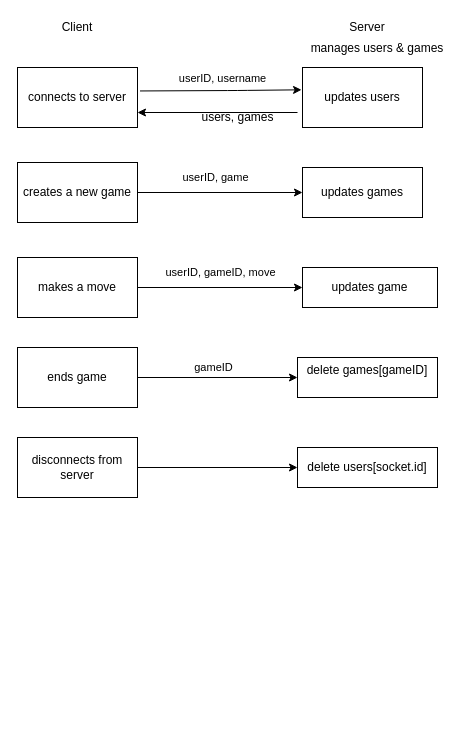
Earlier version of the draw.io diagram docs/img/chess_diagram.drawio (eliasker/chess). Source tidied: cells renumbered, new cells numbered last; positions are measured from the earlier drawing's top-left corner, leaving out a move shared by most shapes. Both pictures are drawn from the tidied source at 100%, with x=0, y=0 at pixel (17, 17).
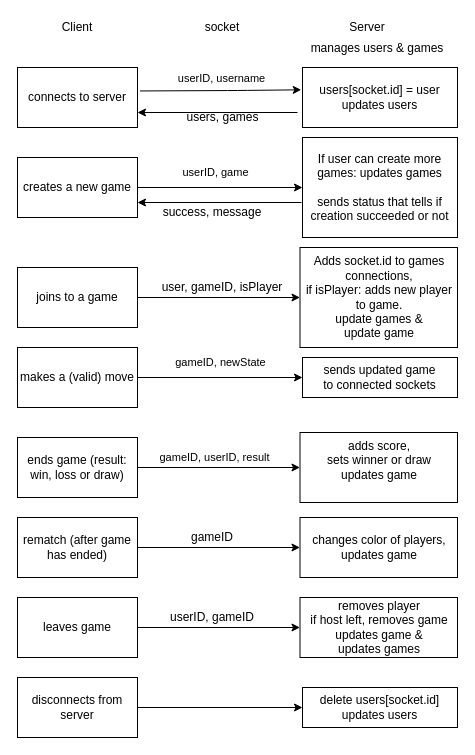
Above is the later version.

Diff of the diagram source:
```diff
@@
-    <mxCell id="3" value="updates users" style="rounded=0;whiteSpace=wrap;html=1;" parent="1" vertex="1">
-      <mxGeometry x="285" y="50" width="120" height="60" as="geometry" />
+    <mxCell id="3" value="&lt;div&gt;users[socket.id] = user&lt;br&gt;&lt;/div&gt;&lt;div&gt;updates users&lt;/div&gt;" style="rounded=0;whiteSpace=wrap;html=1;" parent="1" vertex="1">
+      <mxGeometry x="285" y="50" width="155" height="60" as="geometry" />
     </mxCell>
@@
     <mxCell id="6" value="creates a new game" style="rounded=0;whiteSpace=wrap;html=1;" parent="1" vertex="1">
-      <mxGeometry y="145" width="120" height="60" as="geometry" />
+      <mxGeometry y="140" width="120" height="60" as="geometry" />
     </mxCell>
@@
-    <mxCell id="8" value="updates games" style="rounded=0;html=1;whiteSpace=wrap;" parent="1" vertex="1">
-      <mxGeometry x="285" y="150" width="120" height="50" as="geometry" />
+    <mxCell id="8" value="&lt;div&gt;If user can create more games: updates games&lt;br&gt;&lt;br&gt;&lt;/div&gt;&lt;div&gt;sends status that tells if creation succeeded or not&lt;br&gt;&lt;/div&gt;" style="rounded=0;html=1;whiteSpace=wrap;" parent="1" vertex="1">
+      <mxGeometry x="285" y="120" width="155" height="100" as="geometry" />
     </mxCell>
-    <mxCell id="9" value="userID, gameID, move" style="edgeStyle=orthogonalEdgeStyle;rounded=0;jettySize=auto;html=1;" parent="1" edge="1" source="10" target="11">
+    <mxCell id="9" value="gameID, newState" style="edgeStyle=orthogonalEdgeStyle;rounded=0;jettySize=auto;html=1;" parent="1" edge="1" source="10" target="11">
       <mxGeometry y="15" relative="1" as="geometry" />
     </mxCell>
-    <mxCell id="10" value="makes a move" style="rounded=0;whiteSpace=wrap;html=1;" parent="1" vertex="1">
-      <mxGeometry y="240" width="120" height="60" as="geometry" />
+    <mxCell id="10" value="makes a (valid) move&lt;br&gt;" style="rounded=0;whiteSpace=wrap;html=1;" parent="1" vertex="1">
+      <mxGeometry y="330" width="120" height="60" as="geometry" />
     </mxCell>
-    <mxCell id="11" value="updates game" style="rounded=0;whiteSpace=wrap;html=1;" parent="1" vertex="1">
-      <mxGeometry x="285" y="250" width="135" height="40" as="geometry" />
+    <mxCell id="11" value="&lt;div&gt;sends updated game&lt;/div&gt;&lt;div&gt;to connected sockets&lt;br&gt;&lt;/div&gt;" style="rounded=0;whiteSpace=wrap;html=1;" parent="1" vertex="1">
+      <mxGeometry x="285" y="340" width="155" height="40" as="geometry" />
     </mxCell>
-    <mxCell id="12" value="gameID" style="edgeStyle=orthogonalEdgeStyle;rounded=0;jettySize=auto;html=1;" parent="1" edge="1" source="13" target="14">
+    <mxCell id="12" value="gameID, userID, result" style="edgeStyle=orthogonalEdgeStyle;rounded=0;jettySize=auto;html=1;" parent="1" edge="1" source="13" target="14">
       <mxGeometry x="-0.05" y="10" relative="1" as="geometry" />
     </mxCell>
-    <mxCell id="13" value="ends game" style="rounded=0;whiteSpace=wrap;html=1;" parent="1" vertex="1">
-      <mxGeometry y="330" width="120" height="60" as="geometry" />
+    <mxCell id="13" value="ends game (result: win, loss or draw)" style="rounded=0;whiteSpace=wrap;html=1;" parent="1" vertex="1">
+      <mxGeometry y="420" width="120" height="60" as="geometry" />
     </mxCell>
-    <mxCell id="14" value="&lt;div&gt;delete games[gameID]&lt;br&gt;&lt;/div&gt;&lt;div&gt;&lt;br&gt;&lt;/div&gt;" style="rounded=0;whiteSpace=wrap;html=1;" parent="1" vertex="1">
-      <mxGeometry x="280" y="340" width="140" height="40" as="geometry" />
+    <mxCell id="14" value="&lt;div&gt;adds score,&lt;/div&gt;&lt;div&gt;sets winner or draw&lt;br&gt;&lt;/div&gt;&lt;div&gt;updates game&lt;br&gt;&lt;/div&gt;&lt;div&gt;&lt;br&gt;&lt;/div&gt;" style="rounded=0;whiteSpace=wrap;html=1;" parent="1" vertex="1">
+      <mxGeometry x="282.5" y="415" width="157.5" height="70" as="geometry" />
     </mxCell>
@@
     <mxCell id="16" value="disconnects from server" style="rounded=0;whiteSpace=wrap;html=1;" parent="1" vertex="1">
-      <mxGeometry y="420" width="120" height="60" as="geometry" />
+      <mxGeometry y="660" width="120" height="60" as="geometry" />
     </mxCell>
-    <mxCell id="17" value="&lt;div&gt;delete users[socket.id]&lt;/div&gt;" style="whiteSpace=wrap;html=1;rounded=0;" parent="1" vertex="1">
-      <mxGeometry x="280" y="430" width="140" height="40" as="geometry" />
+    <mxCell id="17" value="&lt;div&gt;delete users[socket.id]&lt;/div&gt;&lt;div&gt;updates users&lt;br&gt;&lt;/div&gt;" style="whiteSpace=wrap;html=1;rounded=0;" parent="1" vertex="1">
+      <mxGeometry x="285" y="670" width="155" height="40" as="geometry" />
     </mxCell>
@@
     <mxCell id="21" value="users, games" style="text;html=1;align=center;verticalAlign=middle;" parent="1" vertex="1">
-      <mxGeometry x="175" y="90" width="90" height="20" as="geometry" />
+      <mxGeometry x="160" y="90" width="90" height="20" as="geometry" />
     </mxCell>
@@
+    <mxCell id="23" style="endArrow=classic;html=1;entryX=1;entryY=0.75;entryDx=0;entryDy=0;" parent="1" edge="1" target="6">
+      <mxGeometry relative="1" as="geometry">
+        <mxPoint x="284" y="185" as="sourcePoint" />
+      </mxGeometry>
+    </mxCell>
+    <mxCell id="24" value="success, message" style="text;html=1;strokeColor=none;fillColor=none;align=center;verticalAlign=middle;whiteSpace=wrap;rounded=0;" parent="1" vertex="1">
+      <mxGeometry x="140" y="190" width="110" height="10" as="geometry" />
+    </mxCell>
+    <mxCell id="25" style="edgeStyle=orthogonalEdgeStyle;rounded=0;jettySize=auto;html=1;" parent="1" edge="1" source="26" target="27">
+      <mxGeometry relative="1" as="geometry" />
+    </mxCell>
+    <mxCell id="26" value="leaves game" style="whiteSpace=wrap;html=1;" parent="1" vertex="1">
+      <mxGeometry y="580" width="120" height="60" as="geometry" />
+    </mxCell>
+    <mxCell id="27" value="&lt;div&gt;removes player&lt;/div&gt;&lt;div&gt;if host left, removes game&lt;/div&gt;&lt;div&gt;updates game &amp;amp;&lt;br&gt;&lt;/div&gt;&lt;div&gt;updates games&lt;br&gt;&lt;/div&gt;" style="whiteSpace=wrap;html=1;" parent="1" vertex="1">
+      <mxGeometry x="282.5" y="580" width="157.5" height="60" as="geometry" />
+    </mxCell>
+    <mxCell id="28" value="userID, gameID" style="text;html=1;strokeColor=none;fillColor=none;align=center;verticalAlign=middle;whiteSpace=wrap;rounded=0;" parent="1" vertex="1">
+      <mxGeometry x="150" y="590" width="90" height="20" as="geometry" />
+    </mxCell>
+    <mxCell id="29" value="socket" style="text;html=1;strokeColor=none;fillColor=none;align=center;verticalAlign=middle;whiteSpace=wrap;rounded=0;" parent="1" vertex="1">
+      <mxGeometry x="185" width="40" height="20" as="geometry" />
+    </mxCell>
+    <mxCell id="30" style="edgeStyle=orthogonalEdgeStyle;rounded=0;jettySize=auto;html=1;" parent="1" edge="1" source="31" target="32">
+      <mxGeometry relative="1" as="geometry" />
+    </mxCell>
+    <mxCell id="31" value="joins to a game" style="rounded=0;whiteSpace=wrap;html=1;" parent="1" vertex="1">
+      <mxGeometry y="250" width="120" height="60" as="geometry" />
+    </mxCell>
+    <mxCell id="32" value="&lt;div&gt;Adds socket.id to games connections,&lt;/div&gt;&lt;div&gt;if isPlayer: adds new player to game.&lt;/div&gt;&lt;div&gt;update games &amp;amp;&lt;br&gt;&lt;/div&gt;&lt;div&gt;update game&lt;br&gt;&lt;/div&gt;" style="whiteSpace=wrap;html=1;rounded=0;" parent="1" vertex="1">
+      <mxGeometry x="282.5" y="230" width="157.5" height="100" as="geometry" />
+    </mxCell>
+    <mxCell id="33" value="user, gameID, isPlayer" style="text;html=1;strokeColor=none;fillColor=none;align=center;verticalAlign=middle;whiteSpace=wrap;rounded=0;" parent="1" vertex="1">
+      <mxGeometry x="135" y="260" width="140" height="20" as="geometry" />
+    </mxCell>
+    <mxCell id="34" style="edgeStyle=orthogonalEdgeStyle;rounded=0;jettySize=auto;html=1;" parent="1" edge="1" source="35" target="36">
+      <mxGeometry relative="1" as="geometry" />
+    </mxCell>
+    <mxCell id="35" value="rematch (after game has ended)" style="whiteSpace=wrap;html=1;" parent="1" vertex="1">
+      <mxGeometry y="500" width="120" height="60" as="geometry" />
+    </mxCell>
+    <mxCell id="36" value="&lt;div&gt;changes color of players,&lt;/div&gt;&lt;div&gt;updates game&lt;br&gt;&lt;/div&gt;" style="whiteSpace=wrap;html=1;" parent="1" vertex="1">
+      <mxGeometry x="282.5" y="500" width="157.5" height="60" as="geometry" />
+    </mxCell>
+    <mxCell id="37" value="gameID" style="text;html=1;strokeColor=none;fillColor=none;align=center;verticalAlign=middle;whiteSpace=wrap;rounded=0;" parent="1" vertex="1">
+      <mxGeometry x="175" y="510" width="40" height="20" as="geometry" />
+    </mxCell>
```
